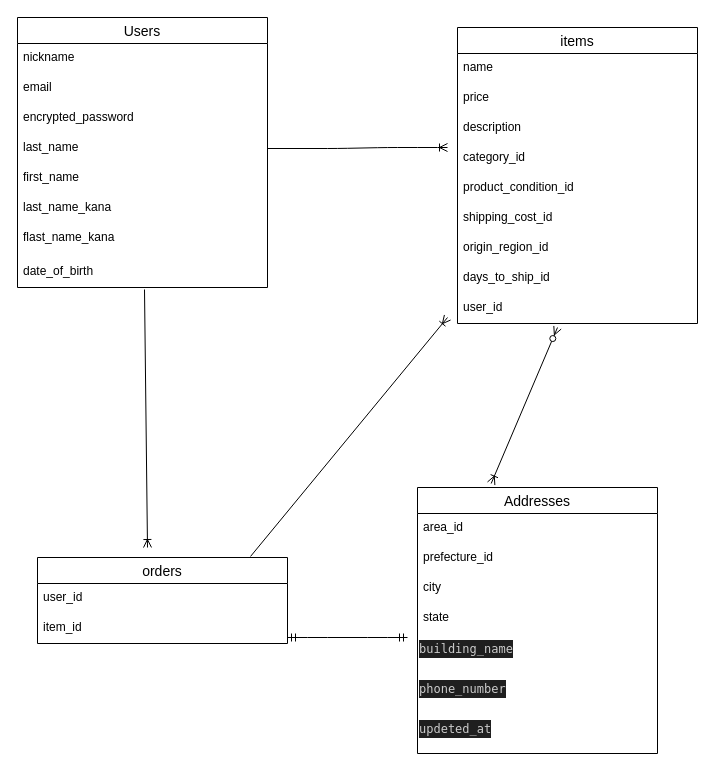
Above: page "ページ1" (1 of 2) of app/views/test.dio in asoy1206upi/furima-39647 (draw.io), before the change. Source tidied: cells renumbered, new cells numbered last; positions are measured from the earlier drawing's top-left corner, leaving out a move shared by most shapes. Both pictures are drawn from the tidied source at 100%, with x=0, y=0 at pixel (17, 17).
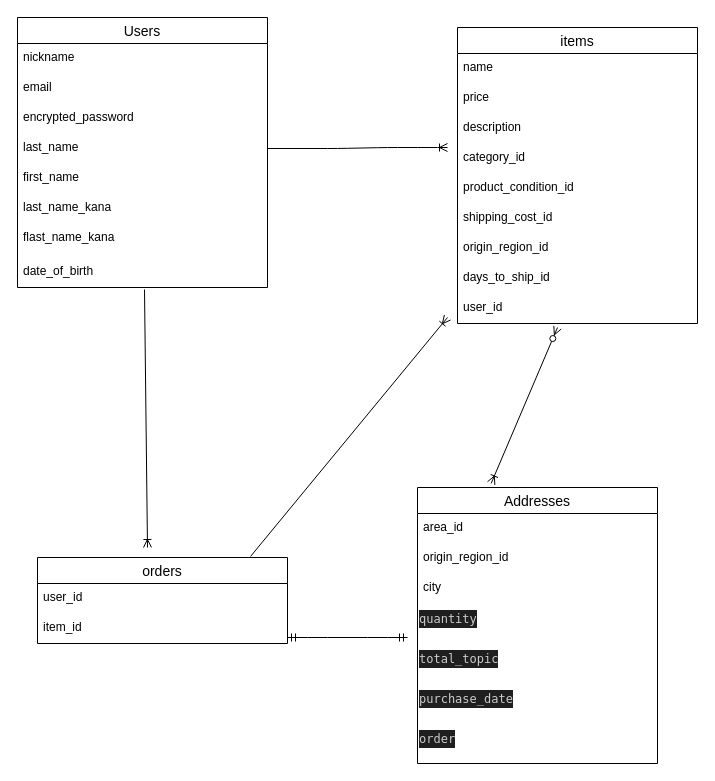
The same page after the edit.

Diff of the diagram source:
```diff
@@
     <mxCell id="22" value="Addresses" style="swimlane;fontStyle=0;horizontal=1;startSize=26;align=center;fontSize=14;" parent="1" vertex="1">
-      <mxGeometry x="400" y="470" width="240" height="266" as="geometry" />
+      <mxGeometry x="400" y="470" width="240" height="276" as="geometry" />
     </mxCell>
@@
-    <mxCell id="24" value="prefecture_id" style="text;strokeColor=none;fillColor=none;spacingLeft=4;spacingRight=4;overflow=hidden;fontSize=12;" parent="22" vertex="1">
+    <mxCell id="24" value="origin_region_id" style="text;strokeColor=none;fillColor=none;spacingLeft=4;spacingRight=4;overflow=hidden;fontSize=12;" parent="22" vertex="1">
       <mxGeometry y="56" width="240" height="30" as="geometry" />
     </mxCell>
@@
-    <mxCell id="26" value="state" style="text;strokeColor=none;fillColor=none;spacingLeft=4;spacingRight=4;overflow=hidden;fontSize=12;" parent="22" vertex="1">
-      <mxGeometry y="116" width="240" height="30" as="geometry" />
-    </mxCell>
-    <mxCell id="27" value="&lt;div style=&quot;color: rgb(204, 204, 204); background-color: rgb(31, 31, 31); font-family: Menlo, Monaco, &amp;quot;Courier New&amp;quot;, monospace; font-weight: normal; font-size: 12px; line-height: 18px;&quot;&gt;&lt;div style=&quot;line-height: 18px;&quot;&gt;building_name&lt;/div&gt;&lt;/div&gt;" style="text;whiteSpace=wrap;html=1;" parent="22" vertex="1">
-      <mxGeometry y="146" width="240" height="40" as="geometry" />
+    <mxCell id="27" value="&lt;div style=&quot;color: rgb(204, 204, 204); background-color: rgb(31, 31, 31); font-family: Menlo, Monaco, &amp;quot;Courier New&amp;quot;, monospace; font-weight: normal; font-size: 12px; line-height: 18px;&quot;&gt;&lt;div style=&quot;line-height: 18px;&quot;&gt;&lt;div style=&quot;line-height: 18px;&quot;&gt;quantity&lt;/div&gt;&lt;/div&gt;&lt;/div&gt;" style="text;whiteSpace=wrap;html=1;" parent="22" vertex="1">
+      <mxGeometry y="116" width="240" height="40" as="geometry" />
     </mxCell>
-    <mxCell id="28" value="&lt;div style=&quot;color: rgb(204, 204, 204); background-color: rgb(31, 31, 31); font-family: Menlo, Monaco, &amp;quot;Courier New&amp;quot;, monospace; font-weight: normal; font-size: 12px; line-height: 18px;&quot;&gt;phone_number&lt;/div&gt;" style="text;whiteSpace=wrap;html=1;" parent="22" vertex="1">
-      <mxGeometry y="186" width="240" height="40" as="geometry" />
+    <mxCell id="28" value="&lt;div style=&quot;color: rgb(204, 204, 204); background-color: rgb(31, 31, 31); font-family: Menlo, Monaco, &amp;quot;Courier New&amp;quot;, monospace; font-weight: normal; font-size: 12px; line-height: 18px;&quot;&gt;&lt;div style=&quot;line-height: 18px;&quot;&gt;total_topic&lt;/div&gt;&lt;/div&gt;" style="text;whiteSpace=wrap;html=1;" parent="22" vertex="1">
+      <mxGeometry y="156" width="240" height="40" as="geometry" />
     </mxCell>
-    <mxCell id="29" value="&lt;div style=&quot;color: rgb(204, 204, 204); background-color: rgb(31, 31, 31); font-family: Menlo, Monaco, &amp;quot;Courier New&amp;quot;, monospace; font-weight: normal; font-size: 12px; line-height: 18px;&quot;&gt;&lt;div&gt;&lt;span style=&quot;color: #cccccc;&quot;&gt;updeted_at &lt;/span&gt;&lt;/div&gt;&lt;/div&gt;" style="text;whiteSpace=wrap;html=1;" parent="22" vertex="1">
-      <mxGeometry y="226" width="240" height="40" as="geometry" />
+    <mxCell id="29" value="&lt;div style=&quot;color: rgb(204, 204, 204); background-color: rgb(31, 31, 31); font-family: Menlo, Monaco, &amp;quot;Courier New&amp;quot;, monospace; font-weight: normal; font-size: 12px; line-height: 18px;&quot;&gt;&lt;div style=&quot;line-height: 18px;&quot;&gt;purchase_date&lt;/div&gt;&lt;/div&gt;" style="text;whiteSpace=wrap;html=1;" parent="22" vertex="1">
+      <mxGeometry y="196" width="240" height="40" as="geometry" />
     </mxCell>
+    <mxCell id="37" value="&lt;div style=&quot;color: rgb(204, 204, 204); background-color: rgb(31, 31, 31); font-family: Menlo, Monaco, &amp;quot;Courier New&amp;quot;, monospace; font-weight: normal; font-size: 12px; line-height: 18px;&quot;&gt;&lt;div style=&quot;line-height: 18px;&quot;&gt;&lt;div style=&quot;line-height: 18px;&quot;&gt;order&lt;/div&gt;&lt;/div&gt;&lt;/div&gt;" style="text;whiteSpace=wrap;html=1;" parent="22" vertex="1">
+      <mxGeometry y="236" width="240" height="40" as="geometry" />
+    </mxCell>
```
